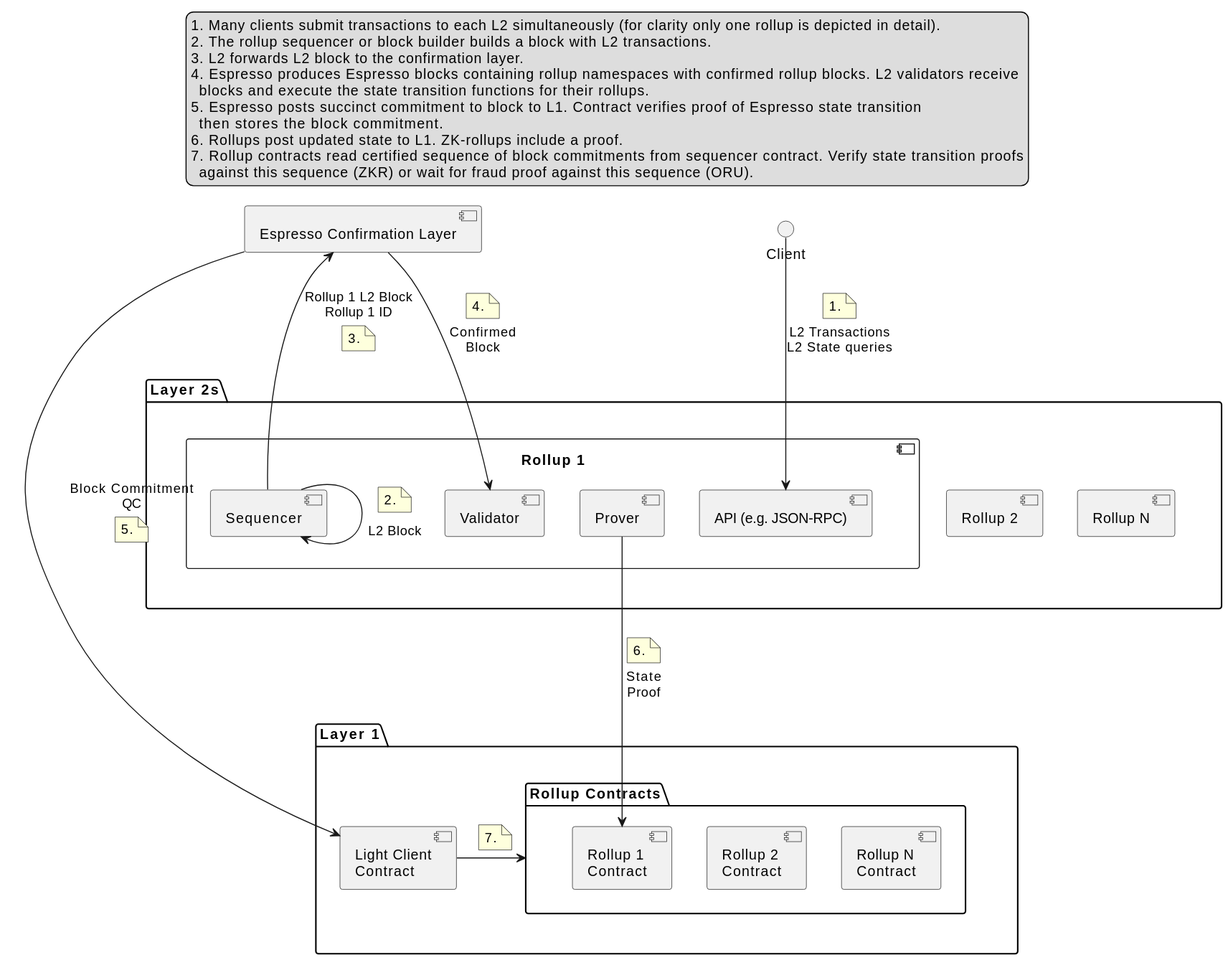
Above: doc/espresso-overview.svg in EspressoSystems/espresso-sequencer (PlantUML), before the change.
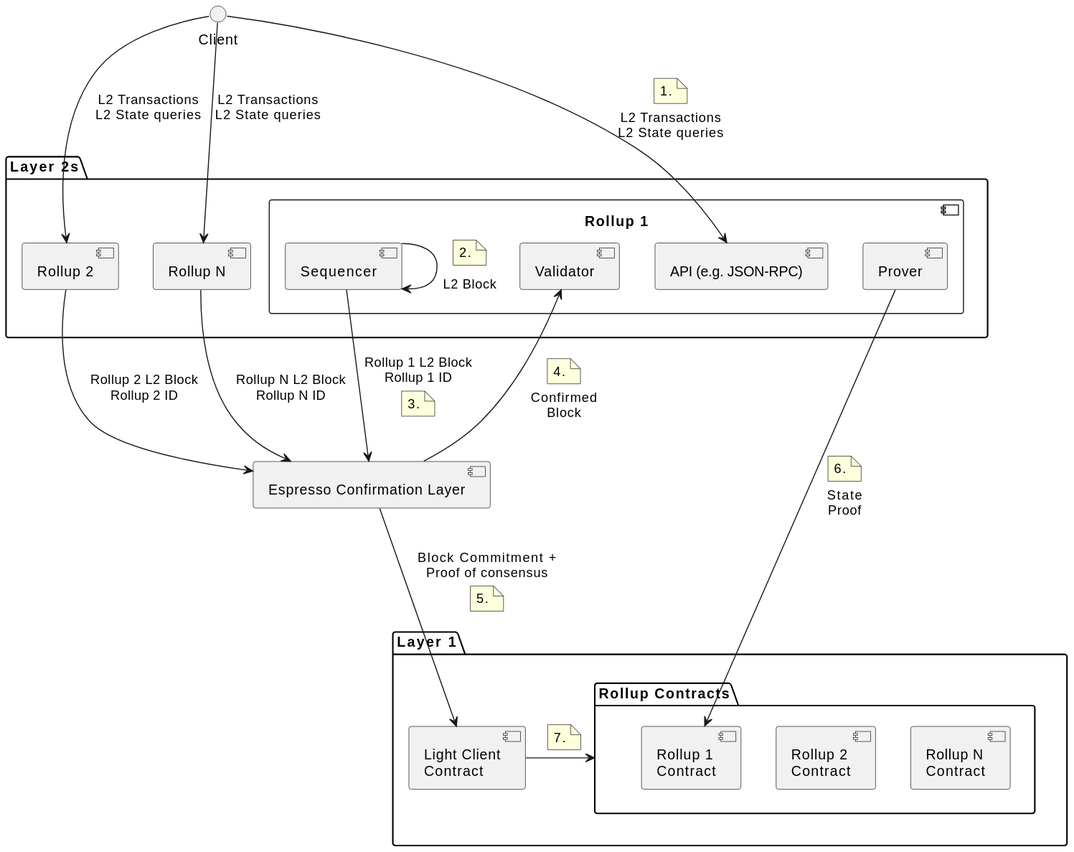
Later version of the same file.

Diff of the diagram source:
```diff
@@ -23,6 +23,8 @@
 note top of link
 1.
 end note
+Client --> L2_2 : L2 Transactions\nL2 State queries
+Client --> L2_N : L2 Transactions\nL2 State queries
 
 
 L2_Seq -> L2_Seq: L2 Block
@@ -30,22 +32,25 @@
 2.
 end note
 
-L2_Seq -left-> Esp : Rollup 1 L2 Block\nRollup 1 ID
+L2_Seq --> Esp : Rollup 1 L2 Block\nRollup 1 ID
 note of link
 3.
 end note
 
-Esp -> L2_1_Val : Confirmed\nBlock
+L2_2 --> Esp : Rollup 2 L2 Block\nRollup 2 ID
+L2_N --> Esp : Rollup N L2 Block\nRollup N ID
+
+Esp -up-> L2_1_Val : Confirmed\nBlock
 note top of link
 4.
 end note
 
-Esp --> LC : Block Commitment\nQC
+Esp -down-> LC : Block Commitment +\nProof of consensus
 note bottom of link
 5.
 end note
 
-L2_1_Prover -> L2_1_L1 : State\nProof
+L2_1_Prover --> L2_1_L1 : State\nProof
 note top of link
 6.
 end note
@@ -56,22 +61,4 @@
 end note
 
 
-L2_1 -[hidden]r-> L2_2
-L2_2 -[hidden]r-> L2_N
-L2_1_L1 -[hidden]r-> L2_2_L1
-L2_2_L1 -[hidden]r-> L2_N_L1
-L2 -[hidden]d-> L1
-Esp -[hidden]d-> L2
-legend top
-1. Many clients submit transactions to each L2 simultaneously (for clarity only one rollup is depicted in detail).
-2. The rollup sequencer or block builder builds a block with L2 transactions.
-3. L2 forwards L2 block to the confirmation layer.
-4. Espresso produces Espresso blocks containing rollup namespaces with confirmed rollup blocks. L2 validators receive
-  blocks and execute the state transition functions for their rollups.
-5. Espresso posts succinct commitment to block to L1. Contract verifies proof of Espresso state transition
-  then stores the block commitment.
-6. Rollups post updated state to L1. ZK-rollups include a proof.
-7. Rollup contracts read certified sequence of block commitments from sequencer contract. Verify state transition proofs
-  against this sequence (ZKR) or wait for fraud proof against this sequence (ORU).
-endlegend
 @enduml
```
